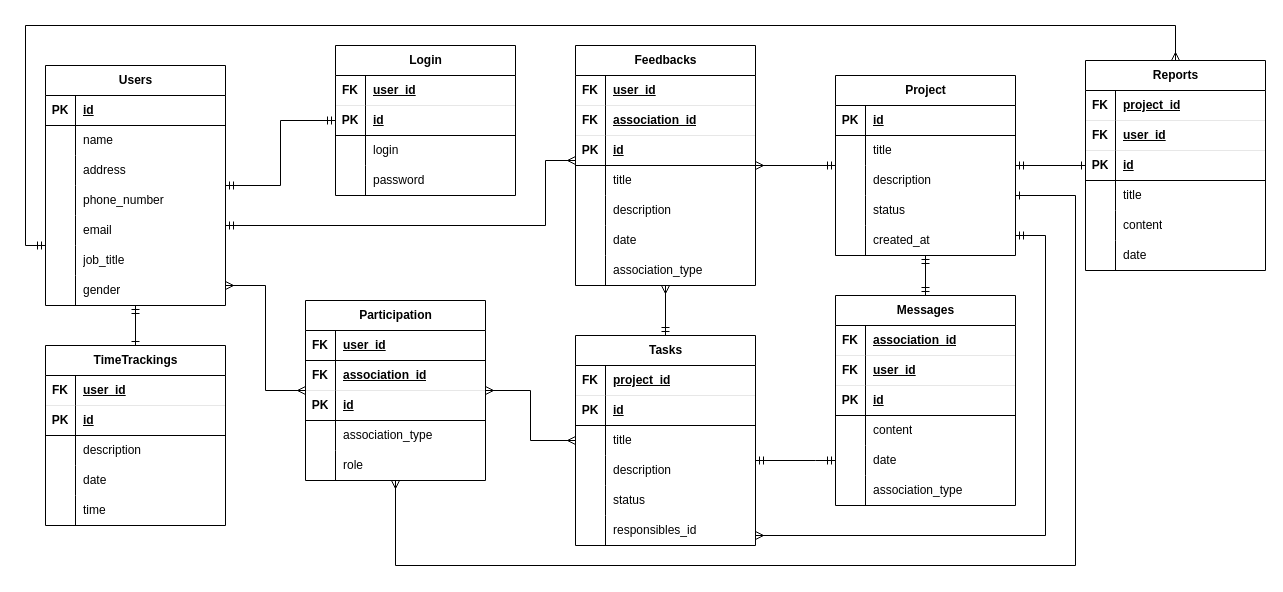
Before: docs/Diagrama_Entidade_Relacionamento.drawio in GabrielWhite96/TaskLy_LPS, a draw.io diagram. Source tidied: cells renumbered, new cells numbered last; positions are measured from the earlier drawing's top-left corner, leaving out a move shared by most shapes. Both pictures are drawn from the tidied source at 100%, with x=0, y=0 at pixel (25, 25).
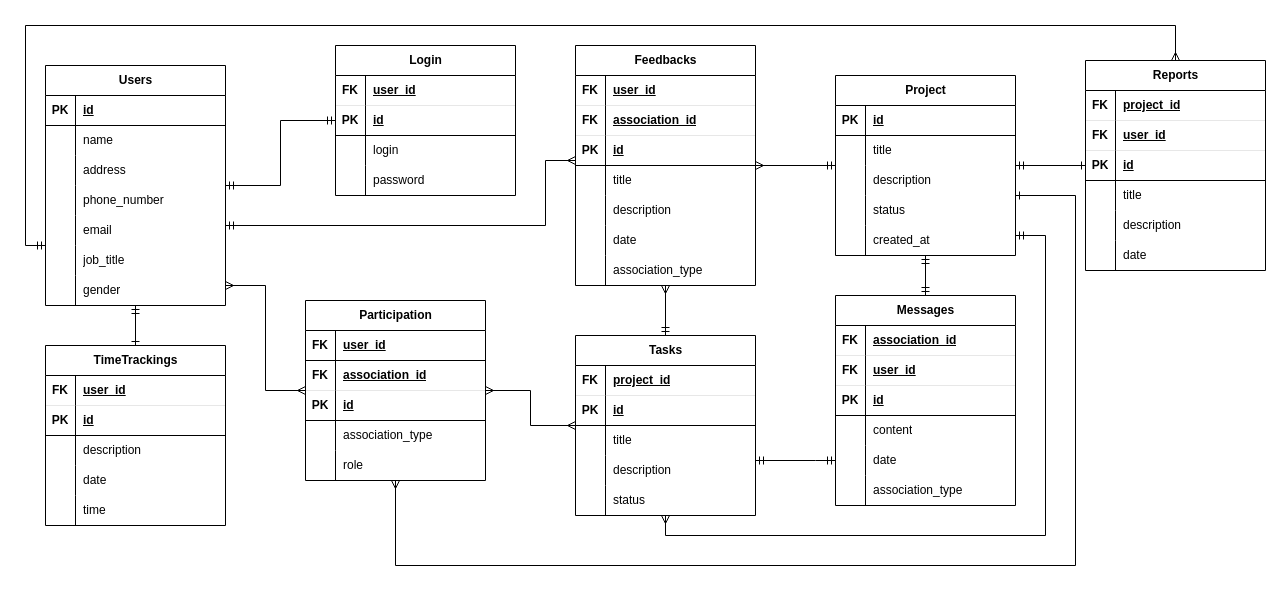
After the change.

Commit message:
Correção nas tabelas 'Tasks' e 'Reports'.

Unchanged cells that the change refers to:
```xml
<mxCell id="139" style="shape=tableRow;horizontal=0;startSize=0;swimlaneHead=0;swimlaneBody=0;fillColor=none;top=0;left=0;right=0;bottom=0;" parent="126" vertex="1">
  <mxGeometry y="150" width="180" height="30" as="geometry" />
</mxCell>
```

The edit, as a diff of the source:
```diff
@@
     <mxCell id="64" value="Tasks" style="shape=table;startSize=30;childLayout=tableLayout;rowLines=0;fontStyle=1;align=center;html=1;" parent="1" vertex="1">
-      <mxGeometry x="550" y="310" width="180" height="210" as="geometry" />
+      <mxGeometry x="550" y="310" width="180" height="180" as="geometry" />
     </mxCell>
@@
-    <mxCell id="80" style="shape=tableRow;horizontal=0;startSize=0;swimlaneHead=0;swimlaneBody=0;fillColor=none;top=0;left=0;right=0;bottom=0;" parent="64" vertex="1">
-      <mxGeometry y="180" width="180" height="30" as="geometry" />
-    </mxCell>
-    <mxCell id="81" style="shape=partialRectangle;fillColor=none;top=0;left=0;bottom=0;right=0;overflow=hidden;whiteSpace=wrap;html=1;" parent="80" vertex="1">
-      <mxGeometry width="30" height="30" as="geometry" />
-    </mxCell>
-    <mxCell id="82" value="responsibles_id" style="shape=partialRectangle;fillColor=none;top=0;left=0;bottom=0;right=0;align=left;spacingLeft=6;overflow=hidden;whiteSpace=wrap;html=1;" parent="80" vertex="1">
-      <mxGeometry x="30" width="150" height="30" as="geometry" />
-    </mxCell>
@@
-    <mxCell id="141" value="content" style="shape=partialRectangle;fillColor=none;top=0;left=0;bottom=0;right=0;align=left;spacingLeft=6;overflow=hidden;whiteSpace=wrap;html=1;" parent="139" vertex="1">
+    <mxCell id="141" value="descri&lt;span style=&quot;background-color: initial;&quot;&gt;ption&lt;/span&gt;" style="shape=partialRectangle;fillColor=none;top=0;left=0;bottom=0;right=0;align=left;spacingLeft=6;overflow=hidden;whiteSpace=wrap;html=1;" parent="139" vertex="1">
       <mxGeometry x="30" width="150" height="30" as="geometry" />
     </mxCell>
```
